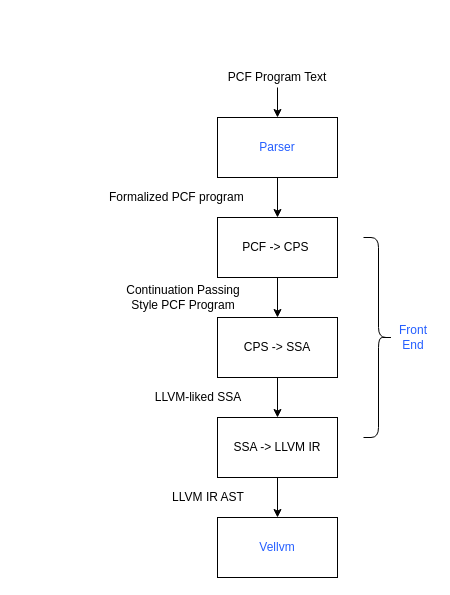
Earlier version of the draw.io diagram llvmfront.drawio (ABigDoge/MyDiagrams). Source tidied: cells renumbered, new cells numbered last; positions are measured from the earlier drawing's top-left corner, leaving out a move shared by most shapes. Both pictures are drawn from the tidied source at 100%, with x=0, y=0 at pixel (73, 67).
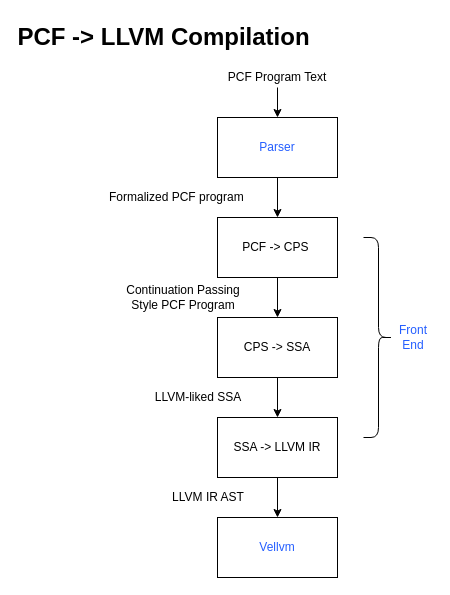
Above is the later version.

The edit, as a diff of the source:
```diff
@@
 <mxGraphModel>
   <root>
     <mxCell id="0" />
     <mxCell id="1" parent="0" />
     <mxCell id="2" style="edgeStyle=orthogonalEdgeStyle;rounded=0;jettySize=auto;html=1;" parent="1" edge="1" source="3" target="5">
       <mxGeometry relative="1" as="geometry" />
     </mxCell>
     <mxCell id="3" value="&lt;font color=&quot;#245eff&quot;&gt;Parser&lt;/font&gt;" style="rounded=0;whiteSpace=wrap;html=1;" parent="1" vertex="1">
       <mxGeometry x="144" y="50" width="120" height="60" as="geometry" />
     </mxCell>
     <mxCell id="4" style="edgeStyle=orthogonalEdgeStyle;rounded=0;jettySize=auto;html=1;" parent="1" edge="1" source="5" target="7">
       <mxGeometry relative="1" as="geometry" />
     </mxCell>
     <mxCell id="5" value="PCF -&amp;gt; CPS&amp;nbsp;" style="whiteSpace=wrap;html=1;rounded=0;" parent="1" vertex="1">
       <mxGeometry x="144" y="150" width="120" height="60" as="geometry" />
     </mxCell>
     <mxCell id="6" style="edgeStyle=orthogonalEdgeStyle;rounded=0;jettySize=auto;html=1;" parent="1" edge="1" source="7" target="9">
       <mxGeometry relative="1" as="geometry" />
     </mxCell>
     <mxCell id="7" value="CPS -&amp;gt; SSA" style="whiteSpace=wrap;html=1;rounded=0;" parent="1" vertex="1">
       <mxGeometry x="144" y="250" width="120" height="60" as="geometry" />
     </mxCell>
     <mxCell id="8" style="edgeStyle=orthogonalEdgeStyle;rounded=0;jettySize=auto;html=1;" parent="1" edge="1" source="9" target="10">
       <mxGeometry relative="1" as="geometry" />
     </mxCell>
     <mxCell id="9" value="SSA -&amp;gt; LLVM IR" style="whiteSpace=wrap;html=1;rounded=0;" parent="1" vertex="1">
       <mxGeometry x="144" y="350" width="120" height="60" as="geometry" />
     </mxCell>
     <mxCell id="10" value="&lt;font color=&quot;#245eff&quot;&gt;Vellvm&lt;/font&gt;" style="whiteSpace=wrap;html=1;rounded=0;" parent="1" vertex="1">
       <mxGeometry x="144" y="450" width="120" height="60" as="geometry" />
     </mxCell>
     <mxCell id="11" style="shape=curlyBracket;whiteSpace=wrap;html=1;rounded=1;flipH=1;" parent="1" vertex="1">
       <mxGeometry x="290" y="170" width="30" height="200" as="geometry" />
     </mxCell>
     <mxCell id="12" value="&lt;font color=&quot;#245eff&quot;&gt;Front End&lt;/font&gt;" style="text;html=1;strokeColor=none;fillColor=none;align=center;verticalAlign=middle;whiteSpace=wrap;rounded=0;" parent="1" vertex="1">
       <mxGeometry x="320" y="260" width="40" height="20" as="geometry" />
     </mxCell>
     <mxCell id="13" style="edgeStyle=orthogonalEdgeStyle;rounded=0;jettySize=auto;html=1;" parent="1" edge="1" source="14" target="3">
       <mxGeometry relative="1" as="geometry" />
     </mxCell>
     <mxCell id="14" value="PCF Program Text" style="text;html=1;strokeColor=none;fillColor=none;align=center;verticalAlign=middle;whiteSpace=wrap;rounded=0;" parent="1" vertex="1">
       <mxGeometry x="129" width="150" height="20" as="geometry" />
     </mxCell>
     <mxCell id="15" value="Formalized PCF program&amp;nbsp;" style="text;html=1;strokeColor=none;fillColor=none;align=center;verticalAlign=middle;whiteSpace=wrap;rounded=0;" parent="1" vertex="1">
       <mxGeometry y="120" width="210" height="20" as="geometry" />
     </mxCell>
     <mxCell id="16" value="Continuation Passing Style PCF Program" style="text;html=1;strokeColor=none;fillColor=none;align=center;verticalAlign=middle;whiteSpace=wrap;rounded=0;" parent="1" vertex="1">
       <mxGeometry x="40" y="220" width="140" height="20" as="geometry" />
     </mxCell>
     <mxCell id="17" value="LLVM-liked SSA" style="text;html=1;strokeColor=none;fillColor=none;align=center;verticalAlign=middle;whiteSpace=wrap;rounded=0;" parent="1" vertex="1">
       <mxGeometry x="70" y="320" width="110" height="20" as="geometry" />
     </mxCell>
     <mxCell id="18" value="LLVM IR AST" style="text;html=1;strokeColor=none;fillColor=none;align=center;verticalAlign=middle;whiteSpace=wrap;rounded=0;" parent="1" vertex="1">
       <mxGeometry x="70" y="420" width="130" height="20" as="geometry" />
     </mxCell>
+    <mxCell id="19" value="PCF -&amp;gt; LLVM Compilation" style="text;strokeColor=none;fillColor=none;html=1;fontSize=24;fontStyle=1;verticalAlign=middle;align=center;" parent="1" vertex="1">
+      <mxGeometry x="40" y="-50" width="100" height="40" as="geometry" />
+    </mxCell>
   </root>
 </mxGraphModel>
```
